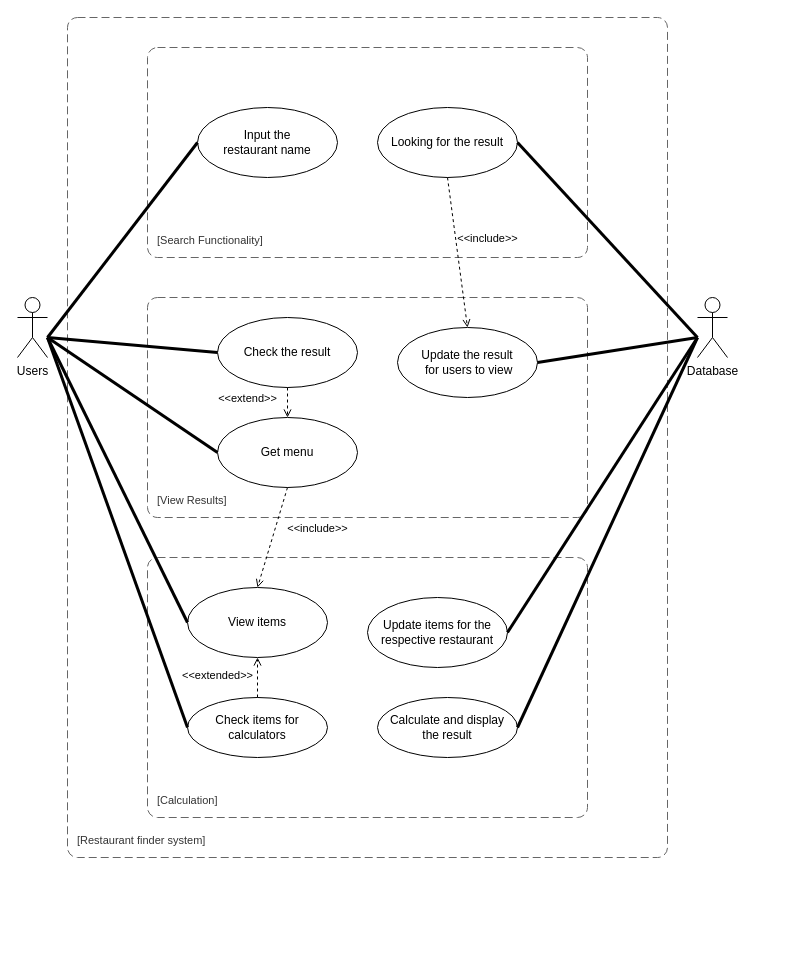
The draw.io diagram Untitled Diagram.drawio in upgrad-edu/Courses, before the edit. Source tidied: cells renumbered, new cells numbered last; positions are measured from the earlier drawing's top-left corner, leaving out a move shared by most shapes. Both pictures are drawn from the tidied source at 100%, with x=0, y=0 at pixel (17, 17).
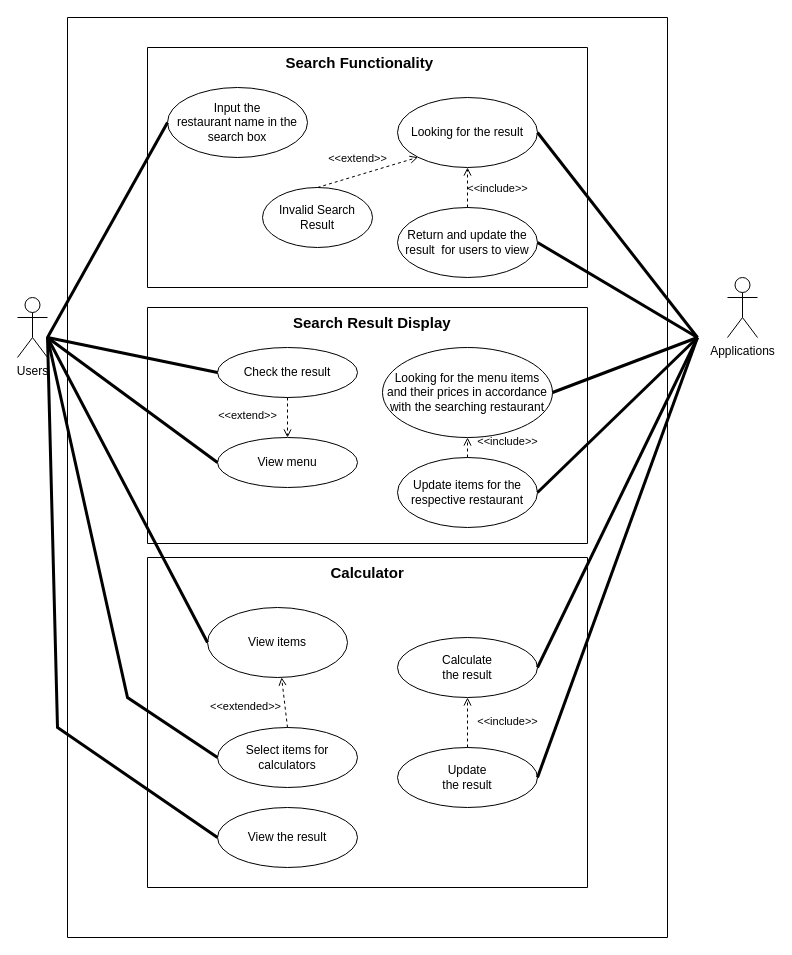
The same diagram, later.

What changed in the source:
```diff
@@
+    <mxCell id="30" style="verticalLabelPosition=bottom;verticalAlign=top;html=1;shape=mxgraph.basic.rect;fillColor2=none;strokeWidth=1;size=20;indent=5;" parent="1" vertex="1">
+      <mxGeometry x="50" width="600" height="920" as="geometry" />
+    </mxCell>
+    <mxCell id="31" style="verticalLabelPosition=bottom;verticalAlign=top;html=1;shape=mxgraph.basic.rect;fillColor2=none;strokeWidth=1;size=20;indent=5;" parent="1" vertex="1">
+      <mxGeometry x="130" y="540" width="440" height="330" as="geometry" />
+    </mxCell>
+    <mxCell id="32" style="verticalLabelPosition=bottom;verticalAlign=top;html=1;shape=mxgraph.basic.rect;fillColor2=none;strokeWidth=1;size=20;indent=5;" parent="1" vertex="1">
+      <mxGeometry x="130" y="290" width="440" height="236" as="geometry" />
+    </mxCell>
+    <mxCell id="33" style="verticalLabelPosition=bottom;verticalAlign=top;html=1;shape=mxgraph.basic.rect;fillColor2=none;strokeWidth=1;size=20;indent=5;" parent="1" vertex="1">
+      <mxGeometry x="130" y="30" width="440" height="240" as="geometry" />
+    </mxCell>
@@
-    <mxCell id="3" value="Database" style="shape=umlActor;verticalLabelPosition=bottom;verticalAlign=top;html=1;" parent="1" vertex="1">
-      <mxGeometry x="680" y="280" width="30" height="60" as="geometry" />
+    <mxCell id="3" value="Applications" style="shape=umlActor;verticalLabelPosition=bottom;verticalAlign=top;html=1;" parent="1" vertex="1">
+      <mxGeometry x="710" y="260" width="30" height="60" as="geometry" />
     </mxCell>
-    <mxCell id="4" value="Input the &lt;br&gt;restaurant name" style="ellipse;whiteSpace=wrap;html=1;" parent="1" vertex="1">
-      <mxGeometry x="180" y="90" width="140" height="70" as="geometry" />
+    <mxCell id="4" value="Input the &lt;br&gt;restaurant name in the search box" style="ellipse;whiteSpace=wrap;html=1;" parent="1" vertex="1">
+      <mxGeometry x="150" y="70" width="140" height="70" as="geometry" />
     </mxCell>
     <mxCell id="5" value="Looking for the result" style="ellipse;whiteSpace=wrap;html=1;" parent="1" vertex="1">
-      <mxGeometry x="360" y="90" width="140" height="70" as="geometry" />
+      <mxGeometry x="380" y="80" width="140" height="70" as="geometry" />
     </mxCell>
-    <mxCell id="6" value="Update the result&lt;br&gt;&amp;nbsp;for users to view" style="ellipse;whiteSpace=wrap;html=1;" parent="1" vertex="1">
-      <mxGeometry x="380" y="310" width="140" height="70" as="geometry" />
+    <mxCell id="6" value="Return and update the result&amp;nbsp;&amp;nbsp;for users to view" style="ellipse;whiteSpace=wrap;html=1;" parent="1" vertex="1">
+      <mxGeometry x="380" y="190" width="140" height="70" as="geometry" />
     </mxCell>
-    <mxCell id="7" value="Get menu" style="ellipse;whiteSpace=wrap;html=1;" parent="1" vertex="1">
-      <mxGeometry x="200" y="400" width="140" height="70" as="geometry" />
+    <mxCell id="7" value="View menu" style="ellipse;whiteSpace=wrap;html=1;" parent="1" vertex="1">
+      <mxGeometry x="200" y="420" width="140" height="50" as="geometry" />
     </mxCell>
     <mxCell id="8" value="View items" style="ellipse;whiteSpace=wrap;html=1;" parent="1" vertex="1">
-      <mxGeometry x="170" y="570" width="140" height="70" as="geometry" />
+      <mxGeometry x="190" y="590" width="140" height="70" as="geometry" />
     </mxCell>
-    <mxCell id="9" value="Check items for calculators" style="ellipse;whiteSpace=wrap;html=1;" parent="1" vertex="1">
-      <mxGeometry x="170" y="680" width="140" height="60" as="geometry" />
+    <mxCell id="9" value="Select items for calculators" style="ellipse;whiteSpace=wrap;html=1;" parent="1" vertex="1">
+      <mxGeometry x="200" y="710" width="140" height="60" as="geometry" />
     </mxCell>
-    <object id="10" label="&lt;font style=&quot;font-size: 16px&quot;&gt;&lt;b&gt;&lt;div style=&quot;text-align: left&quot;&gt;%c4Name%&lt;/div&gt;&lt;/b&gt;&lt;/font&gt;&lt;div style=&quot;text-align: left&quot;&gt;[%c4Application%]&lt;/div&gt;" c4Application="Restaurant finder system" c4Name="" placeholders="1">
-      <mxCell style="rounded=1;fontSize=11;whiteSpace=wrap;html=1;dashed=1;arcSize=20;fillColor=none;strokeColor=#666666;fontColor=#333333;labelBackgroundColor=none;align=left;verticalAlign=bottom;labelBorderColor=none;spacingTop=0;spacing=10;dashPattern=8 4;perimeter=rectanglePerimeter;noLabel=0;labelPadding=0;absoluteArcSize=1;" parent="1" vertex="1">
-        <mxGeometry x="50" width="600" height="840" as="geometry" />
-      </mxCell>
-    </object>
-    <object id="11" label="&lt;font style=&quot;font-size: 16px&quot;&gt;&lt;b&gt;&lt;div style=&quot;text-align: left&quot;&gt;%c4Name%&lt;/div&gt;&lt;/b&gt;&lt;/font&gt;&lt;div style=&quot;text-align: left&quot;&gt;[%c4Application%]&lt;/div&gt;" c4Application="Search Functionality" c4Name="" placeholders="1">
-      <mxCell style="rounded=1;fontSize=11;whiteSpace=wrap;html=1;dashed=1;arcSize=20;fillColor=none;strokeColor=#666666;fontColor=#333333;labelBackgroundColor=none;align=left;verticalAlign=bottom;labelBorderColor=none;spacingTop=0;spacing=10;dashPattern=8 4;perimeter=rectanglePerimeter;noLabel=0;labelPadding=0;absoluteArcSize=1;" parent="1" vertex="1">
-        <mxGeometry x="130" y="30" width="440" height="210" as="geometry" />
-      </mxCell>
-    </object>
-    <object id="12" label="&lt;font style=&quot;font-size: 16px&quot;&gt;&lt;b&gt;&lt;div style=&quot;text-align: left&quot;&gt;%c4Name%&lt;/div&gt;&lt;/b&gt;&lt;/font&gt;&lt;div style=&quot;text-align: left&quot;&gt;[%c4Application%]&lt;/div&gt;" c4Application="View Results" c4Name="" placeholders="1">
-      <mxCell style="rounded=1;fontSize=11;whiteSpace=wrap;html=1;dashed=1;arcSize=20;fillColor=none;strokeColor=#666666;fontColor=#333333;labelBackgroundColor=none;align=left;verticalAlign=bottom;labelBorderColor=none;spacingTop=0;spacing=10;dashPattern=8 4;perimeter=rectanglePerimeter;noLabel=0;labelPadding=0;absoluteArcSize=1;" parent="1" vertex="1">
-        <mxGeometry x="130" y="280" width="440" height="220" as="geometry" />
-      </mxCell>
-    </object>
-    <object id="13" label="&lt;font style=&quot;font-size: 16px&quot;&gt;&lt;b&gt;&lt;div style=&quot;text-align: left&quot;&gt;%c4Name%&lt;/div&gt;&lt;/b&gt;&lt;/font&gt;&lt;div style=&quot;text-align: left&quot;&gt;[%c4Application%]&lt;/div&gt;" c4Application="Calculation" c4Name="" placeholders="1">
-      <mxCell style="rounded=1;fontSize=11;whiteSpace=wrap;html=1;dashed=1;arcSize=20;fillColor=none;strokeColor=#666666;fontColor=#333333;labelBackgroundColor=none;align=left;verticalAlign=bottom;labelBorderColor=none;spacingTop=0;spacing=10;dashPattern=8 4;perimeter=rectanglePerimeter;noLabel=0;labelPadding=0;absoluteArcSize=1;" parent="1" vertex="1">
-        <mxGeometry x="130" y="540" width="440" height="260" as="geometry" />
-      </mxCell>
-    </object>
     <mxCell id="14" value="Update items for the respective restaurant" style="ellipse;whiteSpace=wrap;html=1;" parent="1" vertex="1">
-      <mxGeometry x="350" y="580" width="140" height="70" as="geometry" />
+      <mxGeometry x="380" y="440" width="140" height="70" as="geometry" />
     </mxCell>
-    <mxCell id="15" value="Calculate and display &lt;br&gt;the result" style="ellipse;whiteSpace=wrap;html=1;" parent="1" vertex="1">
-      <mxGeometry x="360" y="680" width="140" height="60" as="geometry" />
+    <mxCell id="15" value="Calculate&lt;br&gt;the result" style="ellipse;whiteSpace=wrap;html=1;" parent="1" vertex="1">
+      <mxGeometry x="380" y="620" width="140" height="60" as="geometry" />
     </mxCell>
@@
     <mxCell id="17" value="Check the result" style="ellipse;whiteSpace=wrap;html=1;" parent="1" vertex="1">
-      <mxGeometry x="200" y="300" width="140" height="70" as="geometry" />
+      <mxGeometry x="200" y="330" width="140" height="50" as="geometry" />
     </mxCell>
-    <mxCell id="18" value="&amp;lt;&amp;lt;extend&amp;gt;&amp;gt;" style="html=1;verticalAlign=bottom;labelBackgroundColor=none;endArrow=open;endFill=0;dashed=1;rounded=0;entryX=0.5;entryY=0;entryDx=0;entryDy=0;exitX=0.5;exitY=1;exitDx=0;exitDy=0;" parent="1" edge="1" source="17" target="7">
+    <mxCell id="18" value="&amp;lt;&amp;lt;extend&amp;gt;&amp;gt;" style="html=1;verticalAlign=bottom;labelBackgroundColor=none;endArrow=open;endFill=0;dashed=1;rounded=0;exitX=0.5;exitY=1;exitDx=0;exitDy=0;entryX=0.5;entryY=0;entryDx=0;entryDy=0;" parent="1" edge="1" source="17" target="7">
       <mxGeometry x="0.33" y="-40" relative="1" as="geometry" />
     </mxCell>
@@
-    <mxCell id="23" style="endArrow=none;startArrow=none;endFill=0;startFill=0;endSize=8;html=1;verticalAlign=bottom;labelBackgroundColor=none;strokeWidth=3;rounded=0;" parent="1" edge="1">
+    <mxCell id="23" style="endArrow=none;startArrow=none;endFill=0;startFill=0;endSize=8;html=1;verticalAlign=bottom;labelBackgroundColor=none;strokeWidth=3;rounded=0;exitX=1;exitY=0.5;exitDx=0;exitDy=0;" parent="1" edge="1" source="6">
       <mxGeometry relative="1" as="geometry">
-        <mxPoint x="520" y="345" as="sourcePoint" />
         <mxPoint x="680" y="320" as="targetPoint" />
       </mxGeometry>
     </mxCell>
@@
     <mxCell id="26" style="endArrow=none;startArrow=none;endFill=0;startFill=0;endSize=8;html=1;verticalAlign=bottom;labelBackgroundColor=none;strokeWidth=3;rounded=0;entryX=0;entryY=0.5;entryDx=0;entryDy=0;" parent="1" edge="1" target="9">
       <mxGeometry relative="1" as="geometry">
         <mxPoint x="30" y="320" as="sourcePoint" />
+        <Array as="points">
+          <mxPoint x="110" y="680" />
+        </Array>
       </mxGeometry>
     </mxCell>
@@
-    <mxCell id="28" value="&amp;lt;&amp;lt;include&amp;gt;&amp;gt;" style="html=1;verticalAlign=bottom;labelBackgroundColor=none;endArrow=open;endFill=0;dashed=1;rounded=0;entryX=0.5;entryY=0;entryDx=0;entryDy=0;exitX=0.5;exitY=1;exitDx=0;exitDy=0;" parent="1" edge="1" source="7" target="8">
-      <mxGeometry x="-0.25" y="43" relative="1" as="geometry" />
-    </mxCell>
-    <mxCell id="29" value="&amp;lt;&amp;lt;include&amp;gt;&amp;gt;" style="html=1;verticalAlign=bottom;labelBackgroundColor=none;endArrow=open;endFill=0;dashed=1;rounded=0;entryX=0.5;entryY=0;entryDx=0;entryDy=0;exitX=0.5;exitY=1;exitDx=0;exitDy=0;" parent="1" edge="1" target="6">
-      <mxGeometry x="-0.01" y="30" relative="1" as="geometry">
-        <mxPoint x="430" y="160" as="sourcePoint" />
-      </mxGeometry>
+    <mxCell id="29" value="&amp;lt;&amp;lt;include&amp;gt;&amp;gt;" style="html=1;verticalAlign=bottom;labelBackgroundColor=none;endArrow=open;endFill=0;dashed=1;rounded=0;entryX=0.5;entryY=1;entryDx=0;entryDy=0;exitX=0.5;exitY=0;exitDx=0;exitDy=0;" parent="1" edge="1" source="6" target="5">
+      <mxGeometry x="-0.5" y="-30" relative="1" as="geometry" />
     </mxCell>
+    <mxCell id="34" value="Looking for the menu items and their prices in accordance with the searching restaurant" style="ellipse;whiteSpace=wrap;html=1;" parent="1" vertex="1">
+      <mxGeometry x="365" y="330" width="170" height="90" as="geometry" />
+    </mxCell>
+    <mxCell id="35" value="&amp;lt;&amp;lt;include&amp;gt;&amp;gt;" style="html=1;verticalAlign=bottom;labelBackgroundColor=none;endArrow=open;endFill=0;dashed=1;rounded=0;entryX=0.5;entryY=1;entryDx=0;entryDy=0;exitX=0.5;exitY=0;exitDx=0;exitDy=0;" parent="1" edge="1" source="14" target="34">
+      <mxGeometry x="-0.33" y="-40" relative="1" as="geometry" />
+    </mxCell>
+    <mxCell id="36" style="endArrow=none;startArrow=none;endFill=0;startFill=0;endSize=8;html=1;verticalAlign=bottom;labelBackgroundColor=none;strokeWidth=3;rounded=0;exitX=1;exitY=0.5;exitDx=0;exitDy=0;" parent="1" edge="1" source="34">
+      <mxGeometry relative="1" as="geometry">
+        <mxPoint x="680" y="320" as="targetPoint" />
+      </mxGeometry>
+    </mxCell>
+    <mxCell id="37" value="View the result" style="ellipse;whiteSpace=wrap;html=1;" parent="1" vertex="1">
+      <mxGeometry x="200" y="790" width="140" height="60" as="geometry" />
+    </mxCell>
+    <mxCell id="38" value="Update&lt;br&gt;the result" style="ellipse;whiteSpace=wrap;html=1;" parent="1" vertex="1">
+      <mxGeometry x="380" y="730" width="140" height="60" as="geometry" />
+    </mxCell>
+    <mxCell id="39" style="endArrow=none;startArrow=none;endFill=0;startFill=0;endSize=8;html=1;verticalAlign=bottom;labelBackgroundColor=none;strokeWidth=3;rounded=0;entryX=0;entryY=0.5;entryDx=0;entryDy=0;" parent="1" edge="1" target="37">
+      <mxGeometry relative="1" as="geometry">
+        <mxPoint x="30" y="319.5" as="sourcePoint" />
+        <Array as="points">
+          <mxPoint x="40" y="710" />
+        </Array>
+      </mxGeometry>
+    </mxCell>
+    <mxCell id="40" value="&amp;lt;&amp;lt;include&amp;gt;&amp;gt;" style="html=1;verticalAlign=bottom;labelBackgroundColor=none;endArrow=open;endFill=0;dashed=1;rounded=0;entryX=0.5;entryY=1;entryDx=0;entryDy=0;" parent="1" edge="1" source="38" target="15">
+      <mxGeometry x="-0.33" y="-40" relative="1" as="geometry" />
+    </mxCell>
+    <mxCell id="41" style="endArrow=none;startArrow=none;endFill=0;startFill=0;endSize=8;html=1;verticalAlign=bottom;labelBackgroundColor=none;strokeWidth=3;rounded=0;exitX=1;exitY=0.5;exitDx=0;exitDy=0;" parent="1" edge="1" source="38">
+      <mxGeometry relative="1" as="geometry">
+        <mxPoint x="680" y="320" as="targetPoint" />
+      </mxGeometry>
+    </mxCell>
+    <mxCell id="42" value="Invalid Search Result" style="ellipse;whiteSpace=wrap;html=1;" parent="1" vertex="1">
+      <mxGeometry x="245" y="170" width="110" height="60" as="geometry" />
+    </mxCell>
+    <mxCell id="43" value="&amp;lt;&amp;lt;extend&amp;gt;&amp;gt;" style="html=1;verticalAlign=bottom;labelBackgroundColor=none;endArrow=open;endFill=0;dashed=1;rounded=0;entryX=0;entryY=1;entryDx=0;entryDy=0;exitX=0.5;exitY=0;exitDx=0;exitDy=0;" parent="1" edge="1" source="42" target="5">
+      <mxGeometry x="-0.16" y="8" relative="1" as="geometry" />
+    </mxCell>
+    <mxCell id="44" value="Search Functionality" style="text;strokeColor=none;fillColor=none;align=left;verticalAlign=top;spacingLeft=4;spacingRight=4;overflow=hidden;fontStyle=1;fontSize=15;" parent="1" vertex="1">
+      <mxGeometry x="262.5" y="30" width="175" height="26" as="geometry" />
+    </mxCell>
+    <mxCell id="45" value="Search Result Display" style="text;strokeColor=none;fillColor=none;align=left;verticalAlign=top;spacingLeft=4;spacingRight=4;overflow=hidden;fontStyle=1;fontSize=15;" parent="1" vertex="1">
+      <mxGeometry x="270" y="290" width="180" height="26" as="geometry" />
+    </mxCell>
+    <mxCell id="46" value="Calculator" style="text;strokeColor=none;fillColor=none;align=left;verticalAlign=top;spacingLeft=4;spacingRight=4;overflow=hidden;fontStyle=1;fontSize=15;" parent="1" vertex="1">
+      <mxGeometry x="307.5" y="540" width="85" height="26" as="geometry" />
+    </mxCell>
```
